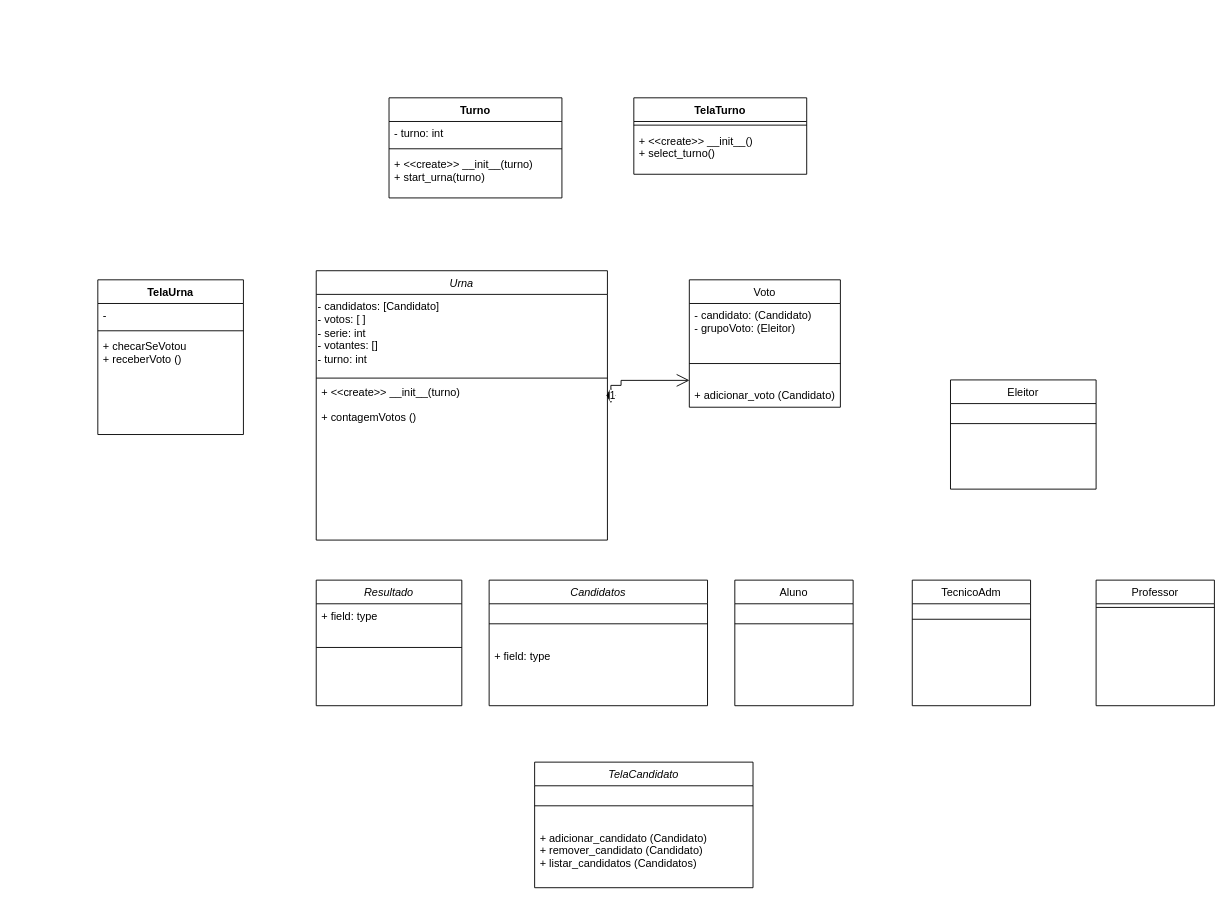
Before: projeto_urna.drawio in Alien-Love/T1_INE5605, a draw.io diagram. Source tidied: cells renumbered, new cells numbered last; positions are measured from the earlier drawing's top-left corner, leaving out a move shared by most shapes. Both pictures are drawn from the tidied source at 91%, with x=0, y=0 at pixel (97, 97).
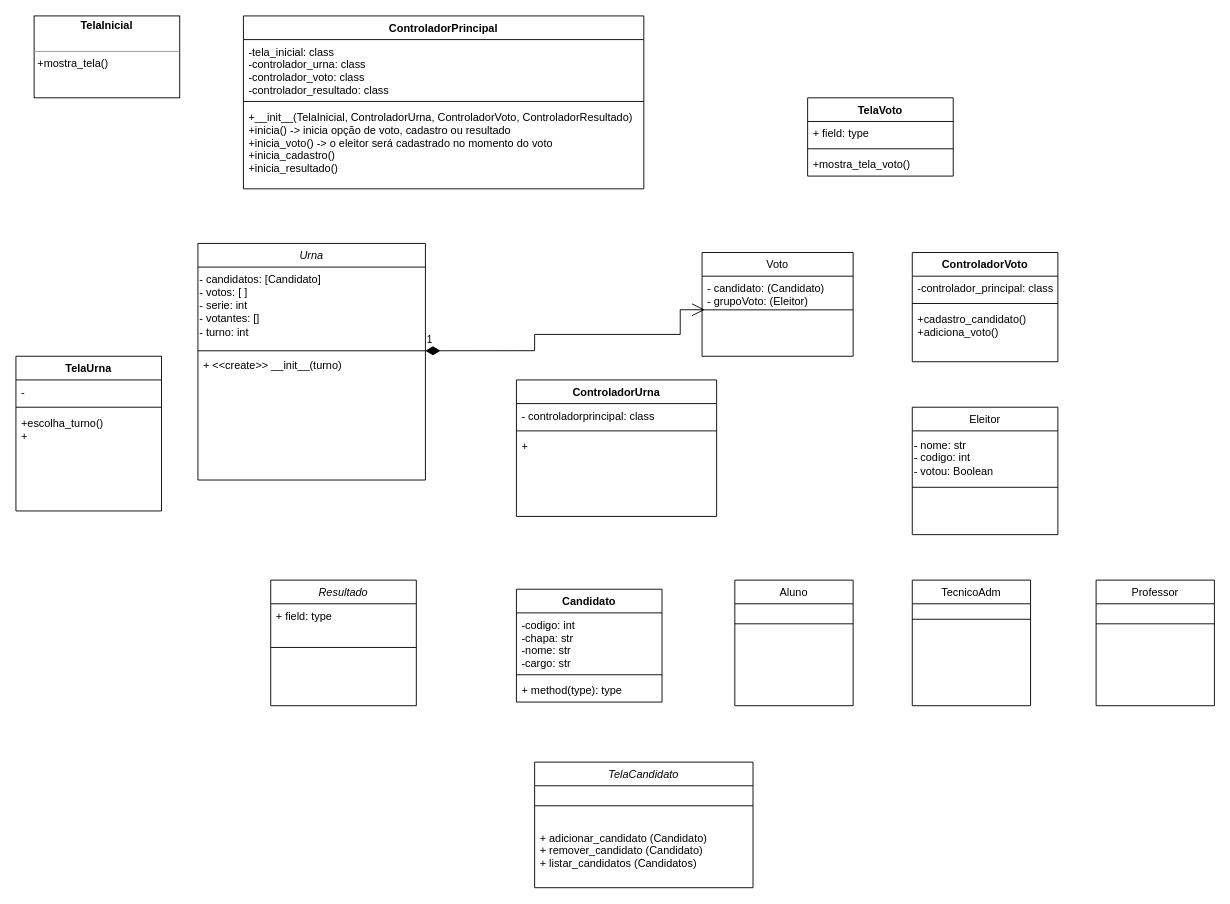
Above is the later version.

The change refers to these unchanged cells:
```xml
<mxCell id="16" value="Professor" style="swimlane;fontStyle=0;align=center;verticalAlign=top;horizontal=1;startSize=26;rounded=0;shadow=0;strokeWidth=1;" parent="1" vertex="1">
  <mxGeometry x="1097" y="530" width="130" height="138" as="geometry" />
</mxCell>
```

Diff of the diagram source:
```diff
@@
     <mxCell id="2" value="Urna" style="swimlane;fontStyle=2;align=center;verticalAlign=top;horizontal=1;startSize=26;rounded=0;shadow=0;strokeWidth=1;" parent="1" vertex="1">
-      <mxGeometry x="240" y="190" width="320" height="296" as="geometry" />
+      <mxGeometry x="110" y="160" width="250" height="260" as="geometry" />
     </mxCell>
     <mxCell id="3" value="- candidatos: [Candidato]&lt;br&gt;- votos: [ ]&lt;br&gt;- serie: int&lt;br&gt;- votantes: []&lt;br&gt;- turno: int" style="text;html=1;align=left;verticalAlign=top;strokeColor=none;fillColor=none;" parent="2" vertex="1">
-      <mxGeometry y="26" width="320" height="90" as="geometry" />
+      <mxGeometry y="26" width="250" height="90" as="geometry" />
     </mxCell>
     <mxCell id="4" style="line;html=1;strokeWidth=1;align=left;verticalAlign=middle;spacingTop=-1;spacingLeft=3;spacingRight=3;labelPosition=right;points=[];portConstraint=eastwest;" parent="2" vertex="1">
-      <mxGeometry y="116" width="320" height="4" as="geometry" />
+      <mxGeometry y="116" width="250" height="4" as="geometry" />
     </mxCell>
-    <mxCell id="5" value="+ &lt;&lt;create&gt;&gt; __init__(turno)&#10;&#10;+ contagemVotos ()" style="text;strokeColor=none;fillColor=none;align=left;verticalAlign=top;spacingLeft=4;spacingRight=4;overflow=hidden;points=[[0,0.5],[1,0.5]];portConstraint=eastwest;" parent="2" vertex="1">
-      <mxGeometry y="120" width="320" height="120" as="geometry" />
+    <mxCell id="5" value="+ &lt;&lt;create&gt;&gt; __init__(turno)&#10;" style="text;strokeColor=none;fillColor=none;align=left;verticalAlign=top;spacingLeft=4;spacingRight=4;overflow=hidden;points=[[0,0.5],[1,0.5]];portConstraint=eastwest;" parent="2" vertex="1">
+      <mxGeometry y="120" width="250" height="120" as="geometry" />
     </mxCell>
@@
     <mxCell id="8" value="Voto" style="swimlane;fontStyle=0;align=center;verticalAlign=top;horizontal=1;startSize=26;rounded=0;shadow=0;strokeWidth=1;" parent="1" vertex="1">
-      <mxGeometry x="650" y="200" width="166" height="140" as="geometry" />
+      <mxGeometry x="664" y="170" width="166" height="114" as="geometry" />
     </mxCell>
     <mxCell id="9" value="- candidato: (Candidato)&#10;- grupoVoto: (Eleitor)" style="text;strokeColor=none;fillColor=none;align=left;verticalAlign=top;spacingLeft=4;spacingRight=4;overflow=hidden;" parent="8" vertex="1">
-      <mxGeometry y="26" width="166" height="44" as="geometry" />
+      <mxGeometry y="26" width="166" height="34" as="geometry" />
     </mxCell>
     <mxCell id="10" style="line;html=1;strokeWidth=1;align=left;verticalAlign=middle;spacingTop=-1;spacingLeft=3;spacingRight=3;labelPosition=right;points=[];portConstraint=eastwest;" parent="8" vertex="1">
-      <mxGeometry y="70" width="166" height="44" as="geometry" />
+      <mxGeometry y="60" width="166" height="6" as="geometry" />
     </mxCell>
-    <mxCell id="11" value="+ adicionar_voto (Candidato)" style="text;strokeColor=none;fillColor=none;align=left;verticalAlign=top;spacingLeft=4;spacingRight=4;overflow=hidden;points=[[0,0.5],[1,0.5]];portConstraint=eastwest;" parent="8" vertex="1">
-      <mxGeometry y="114" width="166" height="26" as="geometry" />
-    </mxCell>
     <mxCell id="12" value="Eleitor" style="swimlane;fontStyle=0;align=center;verticalAlign=top;horizontal=1;startSize=26;rounded=0;shadow=0;strokeWidth=1;" parent="1" vertex="1">
-      <mxGeometry x="937" y="310" width="160" height="120" as="geometry" />
+      <mxGeometry x="895" y="340" width="160" height="140" as="geometry" />
     </mxCell>
+    <mxCell id="39" value="- nome: str&lt;br&gt;- codigo: int&lt;br&gt;- votou: Boolean" style="text;html=1;align=left;verticalAlign=middle;strokeColor=none;fillColor=none;" parent="12" vertex="1">
+      <mxGeometry y="26" width="160" height="60" as="geometry" />
+    </mxCell>
     <mxCell id="13" style="line;html=1;strokeWidth=1;align=left;verticalAlign=middle;spacingTop=-1;spacingLeft=3;spacingRight=3;labelPosition=right;" parent="12" vertex="1">
-      <mxGeometry y="26" width="160" height="44" as="geometry" />
+      <mxGeometry y="86" width="160" height="4" as="geometry" />
     </mxCell>
@@
     <mxCell id="17" style="line;html=1;strokeWidth=1;align=left;verticalAlign=middle;spacingTop=-1;spacingLeft=3;spacingRight=3;labelPosition=right;" parent="16" vertex="1">
-      <mxGeometry y="26" width="130" height="8" as="geometry" />
+      <mxGeometry y="26" width="130" height="44" as="geometry" />
     </mxCell>
-    <mxCell id="18" value="Candidatos" style="swimlane;fontStyle=2;align=center;verticalAlign=top;horizontal=1;startSize=26;rounded=0;shadow=0;strokeWidth=1;" parent="1" vertex="1">
-      <mxGeometry x="430" y="530" width="240" height="138" as="geometry" />
-    </mxCell>
-    <mxCell id="19" style="line;html=1;strokeWidth=1;align=left;verticalAlign=middle;spacingTop=-1;spacingLeft=3;spacingRight=3;labelPosition=right;" parent="18" vertex="1">
-      <mxGeometry y="26" width="240" height="44" as="geometry" />
-    </mxCell>
-    <mxCell id="20" value="+ field: type" style="text;strokeColor=none;fillColor=none;align=left;verticalAlign=top;spacingLeft=4;spacingRight=4;overflow=hidden;" parent="18" vertex="1">
-      <mxGeometry y="70" width="240" height="26" as="geometry" />
-    </mxCell>
     <mxCell id="21" value="Resultado" style="swimlane;fontStyle=2;align=center;verticalAlign=top;horizontal=1;startSize=26;rounded=0;shadow=0;strokeWidth=1;" parent="1" vertex="1">
-      <mxGeometry x="240" y="530" width="160" height="138" as="geometry" />
+      <mxGeometry x="190" y="530" width="160" height="138" as="geometry" />
     </mxCell>
@@
     <mxCell id="24" value="TelaUrna" style="swimlane;fontStyle=1;align=center;verticalAlign=top;horizontal=1;startSize=26;" parent="1" vertex="1">
-      <mxGeometry y="200" width="160" height="170" as="geometry" />
+      <mxGeometry x="-90" y="284" width="160" height="170" as="geometry" />
     </mxCell>
@@
-    <mxCell id="27" value="+ checarSeVotou &#10;+ receberVoto ()" style="text;strokeColor=none;fillColor=none;align=left;verticalAlign=top;spacingLeft=4;spacingRight=4;overflow=hidden;" parent="24" vertex="1">
+    <mxCell id="27" value="+escolha_turno()&#10;+" style="text;strokeColor=none;fillColor=none;align=left;verticalAlign=top;spacingLeft=4;spacingRight=4;overflow=hidden;" parent="24" vertex="1">
       <mxGeometry y="60" width="160" height="110" as="geometry" />
     </mxCell>
-    <mxCell id="28" value="Turno" style="swimlane;fontStyle=1;align=center;verticalAlign=top;horizontal=1;startSize=26;" parent="1" vertex="1">
-      <mxGeometry x="320" width="190" height="110" as="geometry" />
-    </mxCell>
-    <mxCell id="29" value="- turno: int" style="text;strokeColor=none;fillColor=none;align=left;verticalAlign=top;spacingLeft=4;spacingRight=4;overflow=hidden;" parent="28" vertex="1">
-      <mxGeometry y="26" width="190" height="26" as="geometry" />
-    </mxCell>
-    <mxCell id="30" style="line;strokeWidth=1;fillColor=none;align=left;verticalAlign=middle;spacingTop=-1;spacingLeft=3;spacingRight=3;labelPosition=right;strokeColor=inherit;" parent="28" vertex="1">
-      <mxGeometry y="52" width="190" height="8" as="geometry" />
-    </mxCell>
-    <mxCell id="31" value="+ &lt;&lt;create&gt;&gt; __init__(turno)&#10;+ start_urna(turno)" style="text;strokeColor=none;fillColor=none;align=left;verticalAlign=top;spacingLeft=4;spacingRight=4;overflow=hidden;whiteSpace=wrap;" parent="28" vertex="1">
-      <mxGeometry y="60" width="190" height="50" as="geometry" />
-    </mxCell>
@@
-    <mxCell id="35" value="1" style="endArrow=open;html=1;endSize=12;startArrow=diamondThin;startSize=14;startFill=1;edgeStyle=orthogonalEdgeStyle;align=left;verticalAlign=bottom;rounded=0;entryX=0.001;entryY=-0.135;entryDx=0;entryDy=0;entryPerimeter=0;exitX=1.012;exitY=0.213;exitDx=0;exitDy=0;exitPerimeter=0;" parent="1" edge="1" source="5" target="11">
+    <mxCell id="35" value="1" style="endArrow=open;html=1;endSize=12;startArrow=diamondThin;startSize=14;startFill=1;edgeStyle=orthogonalEdgeStyle;align=left;verticalAlign=bottom;rounded=0;entryX=0.018;entryY=0.477;entryDx=0;entryDy=0;entryPerimeter=0;exitX=0.999;exitY=0.486;exitDx=0;exitDy=0;exitPerimeter=0;" parent="1" edge="1" source="4" target="10">
       <mxGeometry x="-1" y="3" relative="1" as="geometry">
         <Array as="points">
-          <mxPoint x="575" y="316" />
-          <mxPoint x="575" y="310" />
+          <mxPoint x="480" y="278" />
+          <mxPoint x="480" y="260" />
+          <mxPoint x="640" y="260" />
+          <mxPoint x="640" y="233" />
         </Array>
       </mxGeometry>
     </mxCell>
-    <mxCell id="36" value="TelaTurno" style="swimlane;fontStyle=1;align=center;verticalAlign=top;horizontal=1;startSize=26;" parent="1" vertex="1">
-      <mxGeometry x="589" width="190" height="84" as="geometry" />
-    </mxCell>
-    <mxCell id="37" style="line;strokeWidth=1;fillColor=none;align=left;verticalAlign=middle;spacingTop=-1;spacingLeft=3;spacingRight=3;labelPosition=right;strokeColor=inherit;" parent="36" vertex="1">
-      <mxGeometry y="26" width="190" height="8" as="geometry" />
-    </mxCell>
-    <mxCell id="38" value="+ &lt;&lt;create&gt;&gt; __init__()&#10;+ select_turno()" style="text;strokeColor=none;fillColor=none;align=left;verticalAlign=top;spacingLeft=4;spacingRight=4;overflow=hidden;whiteSpace=wrap;" parent="36" vertex="1">
-      <mxGeometry y="34" width="190" height="50" as="geometry" />
-    </mxCell>
+    <mxCell id="40" value="ControladorUrna" style="swimlane;fontStyle=1;align=center;verticalAlign=top;horizontal=1;startSize=26;" parent="1" vertex="1">
+      <mxGeometry x="460" y="310" width="220" height="150" as="geometry" />
+    </mxCell>
+    <mxCell id="41" value="- controladorprincipal: class" style="text;strokeColor=none;fillColor=none;align=left;verticalAlign=top;spacingLeft=4;spacingRight=4;overflow=hidden;" parent="40" vertex="1">
+      <mxGeometry y="26" width="220" height="26" as="geometry" />
+    </mxCell>
+    <mxCell id="42" style="line;strokeWidth=1;fillColor=none;align=left;verticalAlign=middle;spacingTop=-1;spacingLeft=3;spacingRight=3;labelPosition=right;strokeColor=inherit;" parent="40" vertex="1">
+      <mxGeometry y="52" width="220" height="8" as="geometry" />
+    </mxCell>
+    <mxCell id="43" value="+ " style="text;strokeColor=none;fillColor=none;align=left;verticalAlign=top;spacingLeft=4;spacingRight=4;overflow=hidden;" parent="40" vertex="1">
+      <mxGeometry y="60" width="220" height="90" as="geometry" />
+    </mxCell>
+    <mxCell id="44" value="ControladorPrincipal" style="swimlane;fontStyle=1;align=center;verticalAlign=top;horizontal=1;startSize=26;" parent="1" vertex="1">
+      <mxGeometry x="160" y="-90" width="440" height="190" as="geometry" />
+    </mxCell>
+    <mxCell id="45" value="-tela_inicial: class&#10;-controlador_urna: class&#10;-controlador_voto: class&#10;-controlador_resultado: class" style="text;strokeColor=none;fillColor=none;align=left;verticalAlign=top;spacingLeft=4;spacingRight=4;overflow=hidden;" parent="44" vertex="1">
+      <mxGeometry y="26" width="440" height="64" as="geometry" />
+    </mxCell>
+    <mxCell id="46" style="line;strokeWidth=1;fillColor=none;align=left;verticalAlign=middle;spacingTop=-1;spacingLeft=3;spacingRight=3;labelPosition=right;strokeColor=inherit;" parent="44" vertex="1">
+      <mxGeometry y="90" width="440" as="geometry" />
+    </mxCell>
+    <mxCell id="47" style="line;strokeWidth=1;fillColor=none;align=left;verticalAlign=middle;spacingTop=-1;spacingLeft=3;spacingRight=3;labelPosition=right;strokeColor=inherit;" parent="44" vertex="1">
+      <mxGeometry y="90" width="440" height="8" as="geometry" />
+    </mxCell>
+    <mxCell id="48" value="+__init__(TelaInicial, ControladorUrna, ControladorVoto, ControladorResultado)&#10;+inicia() -&gt; inicia opção de voto, cadastro ou resultado&#10;+inicia_voto() -&gt; o eleitor será cadastrado no momento do voto&#10;+inicia_cadastro()&#10;+inicia_resultado()&#10;" style="text;strokeColor=none;fillColor=none;align=left;verticalAlign=top;spacingLeft=4;spacingRight=4;overflow=hidden;" parent="44" vertex="1">
+      <mxGeometry y="98" width="440" height="92" as="geometry" />
+    </mxCell>
+    <mxCell id="49" value="&lt;p style=&quot;margin:0px;margin-top:4px;text-align:center;&quot;&gt;&lt;b&gt;TelaInicial&lt;/b&gt;&lt;/p&gt;&lt;p style=&quot;margin:0px;margin-left:4px;&quot;&gt;&lt;br&gt;&lt;/p&gt;&lt;hr size=&quot;1&quot;&gt;&lt;p style=&quot;margin:0px;margin-left:4px;&quot;&gt;+mostra_tela()&lt;/p&gt;" style="verticalAlign=top;align=left;overflow=fill;fontSize=12;fontFamily=Helvetica;html=1;" parent="1" vertex="1">
+      <mxGeometry x="-70" y="-90" width="160" height="90" as="geometry" />
+    </mxCell>
+    <mxCell id="50" value="TelaVoto" style="swimlane;fontStyle=1;align=center;verticalAlign=top;horizontal=1;startSize=26;" parent="1" vertex="1">
+      <mxGeometry x="780" width="160" height="86" as="geometry" />
+    </mxCell>
+    <mxCell id="20" value="+ field: type" style="text;strokeColor=none;fillColor=none;align=left;verticalAlign=top;spacingLeft=4;spacingRight=4;overflow=hidden;" parent="50" vertex="1">
+      <mxGeometry y="26" width="160" height="26" as="geometry" />
+    </mxCell>
+    <mxCell id="51" style="line;strokeWidth=1;fillColor=none;align=left;verticalAlign=middle;spacingTop=-1;spacingLeft=3;spacingRight=3;labelPosition=right;strokeColor=inherit;" parent="50" vertex="1">
+      <mxGeometry y="52" width="160" height="8" as="geometry" />
+    </mxCell>
+    <mxCell id="52" value="+mostra_tela_voto()" style="text;strokeColor=none;fillColor=none;align=left;verticalAlign=top;spacingLeft=4;spacingRight=4;overflow=hidden;" parent="50" vertex="1">
+      <mxGeometry y="60" width="160" height="26" as="geometry" />
+    </mxCell>
+    <mxCell id="53" value="ControladorVoto" style="swimlane;fontStyle=1;align=center;verticalAlign=top;horizontal=1;startSize=26;" parent="1" vertex="1">
+      <mxGeometry x="895" y="170" width="160" height="120" as="geometry" />
+    </mxCell>
+    <mxCell id="54" value="-controlador_principal: class" style="text;strokeColor=none;fillColor=none;align=left;verticalAlign=top;spacingLeft=4;spacingRight=4;overflow=hidden;" parent="53" vertex="1">
+      <mxGeometry y="26" width="160" height="26" as="geometry" />
+    </mxCell>
+    <mxCell id="55" style="line;strokeWidth=1;fillColor=none;align=left;verticalAlign=middle;spacingTop=-1;spacingLeft=3;spacingRight=3;labelPosition=right;strokeColor=inherit;" parent="53" vertex="1">
+      <mxGeometry y="52" width="160" height="8" as="geometry" />
+    </mxCell>
+    <mxCell id="56" value="+cadastro_candidato()&#10;+adiciona_voto()" style="text;strokeColor=none;fillColor=none;align=left;verticalAlign=top;spacingLeft=4;spacingRight=4;overflow=hidden;" parent="53" vertex="1">
+      <mxGeometry y="60" width="160" height="60" as="geometry" />
+    </mxCell>
+    <mxCell id="57" value="Candidato" style="swimlane;fontStyle=1;align=center;verticalAlign=top;horizontal=1;startSize=26;" parent="1" vertex="1">
+      <mxGeometry x="460" y="540" width="160" height="124" as="geometry" />
+    </mxCell>
+    <mxCell id="58" value="-codigo: int&#10;-chapa: str&#10;-nome: str&#10;-cargo: str" style="text;strokeColor=none;fillColor=none;align=left;verticalAlign=top;spacingLeft=4;spacingRight=4;overflow=hidden;" parent="57" vertex="1">
+      <mxGeometry y="26" width="160" height="64" as="geometry" />
+    </mxCell>
+    <mxCell id="59" style="line;strokeWidth=1;fillColor=none;align=left;verticalAlign=middle;spacingTop=-1;spacingLeft=3;spacingRight=3;labelPosition=right;strokeColor=inherit;" parent="57" vertex="1">
+      <mxGeometry y="90" width="160" height="8" as="geometry" />
+    </mxCell>
+    <mxCell id="60" value="+ method(type): type" style="text;strokeColor=none;fillColor=none;align=left;verticalAlign=top;spacingLeft=4;spacingRight=4;overflow=hidden;" parent="57" vertex="1">
+      <mxGeometry y="98" width="160" height="26" as="geometry" />
+    </mxCell>
```
